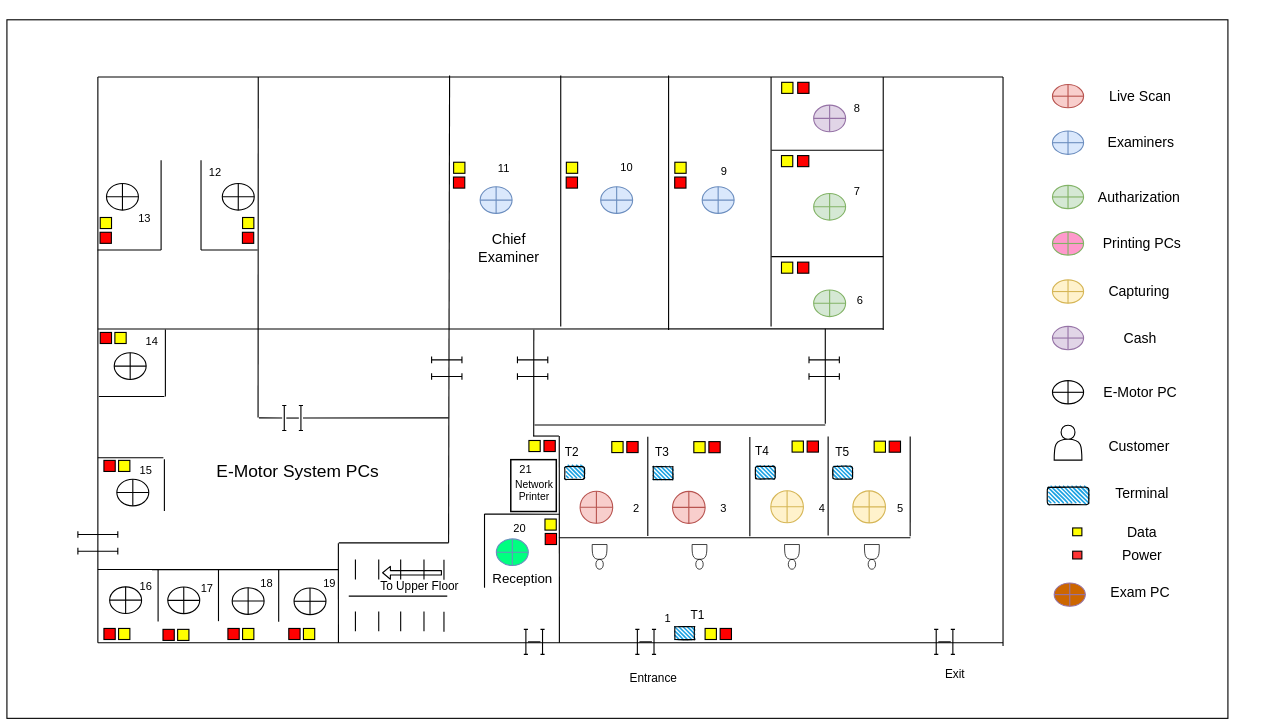
Earlier version of the draw.io diagram jaffna.drawio (thushan-harshajeewa/dmt-diagrams). Source tidied: cells renumbered, new cells numbered last; positions are measured from the earlier drawing's top-left corner, leaving out a move shared by most shapes. Both pictures are drawn from the tidied source at 37%, with x=0, y=0 at pixel (7, 20).
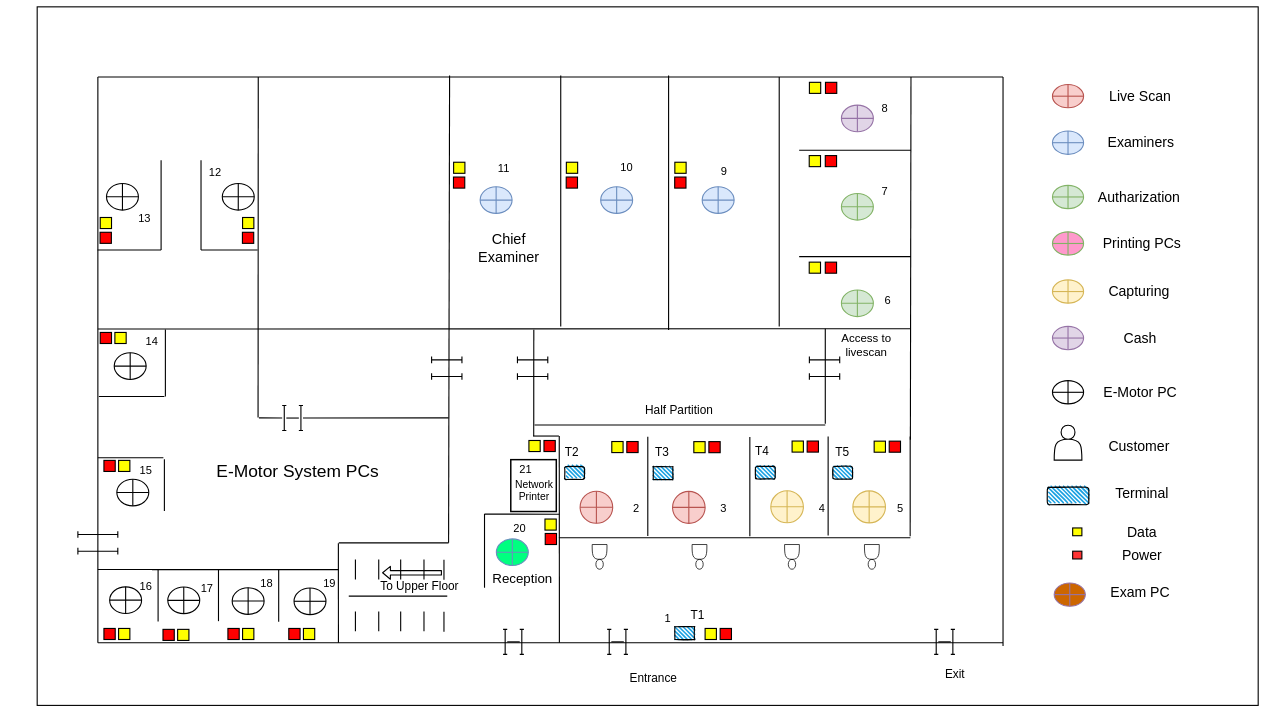
After the change.

What changed in the source:
```diff
@@
     <mxCell id="2" style="rounded=0;whiteSpace=wrap;html=1;strokeWidth=3;" parent="1" vertex="1">
-      <mxGeometry x="0.2" width="3300" height="1888" as="geometry" />
+      <mxGeometry x="82" y="-35" width="3300" height="1888" as="geometry" />
     </mxCell>
@@
     <mxCell id="13" style="endArrow=none;html=1;strokeWidth=3;" parent="1" edge="1">
       <mxGeometry relative="1" as="geometry">
-        <mxPoint x="2065.5" y="829.1" as="sourcePoint" />
-        <mxPoint x="2065.5" y="154.8" as="targetPoint" />
+        <mxPoint x="2087.5" y="829.1" as="sourcePoint" />
+        <mxPoint x="2087.5" y="154.8" as="targetPoint" />
       </mxGeometry>
     </mxCell>
@@
     <mxCell id="15" style="shape=orEllipse;perimeter=ellipsePerimeter;whiteSpace=wrap;html=1;backgroundOutline=1;fillColor=#e1d5e7;strokeColor=#9673a6;strokeWidth=3;" parent="1" vertex="1">
-      <mxGeometry x="2180.6" y="230.5" width="86.3" height="72" as="geometry" />
+      <mxGeometry x="2255.6" y="230.5" width="86.3" height="72" as="geometry" />
     </mxCell>
     <mxCell id="16" style="shape=orEllipse;perimeter=ellipsePerimeter;whiteSpace=wrap;html=1;backgroundOutline=1;fillColor=#d5e8d4;strokeColor=#82b366;strokeWidth=3;" parent="1" vertex="1">
-      <mxGeometry x="2180.6" y="469.3" width="86.3" height="72" as="geometry" />
+      <mxGeometry x="2255.6" y="469.3" width="86.3" height="72" as="geometry" />
     </mxCell>
     <mxCell id="17" style="shape=orEllipse;perimeter=ellipsePerimeter;whiteSpace=wrap;html=1;backgroundOutline=1;fillColor=#d5e8d4;strokeColor=#82b366;strokeWidth=3;" parent="1" vertex="1">
-      <mxGeometry x="2180.6" y="730.1" width="86.3" height="72" as="geometry" />
+      <mxGeometry x="2255.6" y="730.1" width="86.3" height="72" as="geometry" />
     </mxCell>
     <mxCell id="18" style="endArrow=none;html=1;strokeWidth=3;" parent="1" edge="1">
       <mxGeometry relative="1" as="geometry">
         <mxPoint x="246" y="835.7" as="sourcePoint" />
-        <mxPoint x="2368.6" y="835.4" as="targetPoint" />
+        <mxPoint x="2442" y="835" as="targetPoint" />
       </mxGeometry>
     </mxCell>
     <mxCell id="19" style="endArrow=none;html=1;strokeWidth=3;" parent="1" edge="1">
       <mxGeometry relative="1" as="geometry">
-        <mxPoint x="2066.4" y="352.4" as="sourcePoint" />
-        <mxPoint x="2368.6" y="352.4" as="targetPoint" />
+        <mxPoint x="2141.4" y="352.4" as="sourcePoint" />
+        <mxPoint x="2443.6" y="352.4" as="targetPoint" />
       </mxGeometry>
     </mxCell>
     <mxCell id="20" style="endArrow=none;html=1;strokeWidth=3;" parent="1" edge="1">
       <mxGeometry relative="1" as="geometry">
-        <mxPoint x="2066.4" y="640.2" as="sourcePoint" />
-        <mxPoint x="2368.6" y="640.2" as="targetPoint" />
+        <mxPoint x="2141.4" y="640.2" as="sourcePoint" />
+        <mxPoint x="2443.6" y="640.2" as="targetPoint" />
       </mxGeometry>
     </mxCell>
     <mxCell id="21" style="endArrow=none;html=1;strokeWidth=3;" parent="1" edge="1">
       <mxGeometry relative="1" as="geometry">
-        <mxPoint x="2368.6" y="838.1" as="sourcePoint" />
-        <mxPoint x="2368.6" y="154.5" as="targetPoint" />
+        <mxPoint x="2442" y="1135" as="sourcePoint" />
+        <mxPoint x="2443.6" y="154.5" as="targetPoint" />
       </mxGeometry>
     </mxCell>
@@
     <mxCell id="82" style="group;strokeWidth=3;" parent="1" vertex="1">
-      <mxGeometry x="1397.2" y="1647.5" width="56.2" height="67.5" as="geometry" />
+      <mxGeometry x="1341.2" y="1647.5" width="56.2" height="67.5" as="geometry" />
     </mxCell>
@@
     <mxCell id="86" style="group;strokeWidth=3;" parent="1" vertex="1">
-      <mxGeometry x="1698.5" y="1647.5" width="56.2" height="67.5" as="geometry" />
+      <mxGeometry x="1622.5" y="1647.5" width="56.2" height="67.5" as="geometry" />
     </mxCell>
@@
     <mxCell id="149" style="shape=crossbar;whiteSpace=wrap;html=1;rounded=1;strokeWidth=3;" parent="1" vertex="1">
-      <mxGeometry x="2168" y="910" width="82" height="18" as="geometry" />
+      <mxGeometry x="2169" y="910" width="82" height="18" as="geometry" />
     </mxCell>
     <mxCell id="150" style="shape=crossbar;whiteSpace=wrap;html=1;rounded=1;strokeWidth=3;" parent="1" vertex="1">
-      <mxGeometry x="2168" y="955" width="82" height="18" as="geometry" />
+      <mxGeometry x="2169" y="955" width="82" height="18" as="geometry" />
     </mxCell>
     <mxCell id="151" style="rounded=0;whiteSpace=wrap;html=1;fillColor=#FFFF00;strokeWidth=3;" parent="1" vertex="1">
-      <mxGeometry x="2093.6" y="655" width="30.5" height="29.9" as="geometry" />
+      <mxGeometry x="2168.6" y="655" width="30.5" height="29.9" as="geometry" />
     </mxCell>
     <mxCell id="152" style="rounded=0;whiteSpace=wrap;html=1;fillColor=#FF0000;strokeWidth=3;" parent="1" vertex="1">
-      <mxGeometry x="2137" y="655" width="30.5" height="29.9" as="geometry" />
+      <mxGeometry x="2212" y="655" width="30.5" height="29.9" as="geometry" />
     </mxCell>
     <mxCell id="153" style="rounded=0;whiteSpace=wrap;html=1;fillColor=#FFFF00;strokeWidth=3;" parent="1" vertex="1">
-      <mxGeometry x="2093.6" y="367" width="30.5" height="29.9" as="geometry" />
+      <mxGeometry x="2168.6" y="367" width="30.5" height="29.9" as="geometry" />
     </mxCell>
     <mxCell id="154" style="rounded=0;whiteSpace=wrap;html=1;fillColor=#FF0000;strokeWidth=3;" parent="1" vertex="1">
-      <mxGeometry x="2137" y="367" width="30.5" height="29.9" as="geometry" />
+      <mxGeometry x="2212" y="367" width="30.5" height="29.9" as="geometry" />
     </mxCell>
     <mxCell id="155" style="rounded=0;whiteSpace=wrap;html=1;fillColor=#FFFF00;strokeWidth=3;" parent="1" vertex="1">
-      <mxGeometry x="2094.1" y="169" width="30.5" height="29.9" as="geometry" />
+      <mxGeometry x="2169.1" y="169" width="30.5" height="29.9" as="geometry" />
     </mxCell>
     <mxCell id="156" style="rounded=0;whiteSpace=wrap;html=1;fillColor=#FF0000;strokeWidth=3;" parent="1" vertex="1">
-      <mxGeometry x="2137.5" y="169" width="30.5" height="29.9" as="geometry" />
+      <mxGeometry x="2212.5" y="169" width="30.5" height="29.9" as="geometry" />
     </mxCell>
@@
     <mxCell id="183" value="&lt;font style=&quot;font-size: 30px;&quot;&gt;6&lt;/font&gt;" style="text;html=1;align=center;verticalAlign=middle;whiteSpace=wrap;rounded=0;strokeWidth=3;" parent="1" vertex="1">
-      <mxGeometry x="2285.6" y="745" width="39.9" height="26" as="geometry" />
+      <mxGeometry x="2360.6" y="745" width="39.9" height="26" as="geometry" />
     </mxCell>
     <mxCell id="184" value="&lt;font style=&quot;font-size: 30px;&quot;&gt;7&lt;/font&gt;" style="text;html=1;align=center;verticalAlign=middle;whiteSpace=wrap;rounded=0;strokeWidth=3;" parent="1" vertex="1">
-      <mxGeometry x="2278" y="451.3" width="39.9" height="26" as="geometry" />
+      <mxGeometry x="2353" y="451.3" width="39.9" height="26" as="geometry" />
     </mxCell>
     <mxCell id="185" value="&lt;font style=&quot;font-size: 30px;&quot;&gt;8&lt;/font&gt;" style="text;html=1;align=center;verticalAlign=middle;whiteSpace=wrap;rounded=0;strokeWidth=3;" parent="1" vertex="1">
-      <mxGeometry x="2278" y="225" width="39.9" height="26" as="geometry" />
+      <mxGeometry x="2353" y="225" width="39.9" height="26" as="geometry" />
     </mxCell>
@@
+    <mxCell id="210" value="&lt;font style=&quot;font-size: 32px;&quot;&gt;Half Partition&lt;/font&gt;" style="text;html=1;align=center;verticalAlign=middle;whiteSpace=wrap;rounded=0;strokeWidth=3;" parent="1" vertex="1">
+      <mxGeometry x="1706" y="1042.6" width="221.8" height="25.9" as="geometry" />
+    </mxCell>
+    <mxCell id="211" value="&lt;font style=&quot;font-size: 31px;&quot;&gt;Access to livescan&lt;/font&gt;" style="text;html=1;align=center;verticalAlign=middle;whiteSpace=wrap;rounded=0;strokeWidth=3;" parent="1" vertex="1">
+      <mxGeometry x="2212" y="867" width="221.8" height="25.9" as="geometry" />
+    </mxCell>
```
